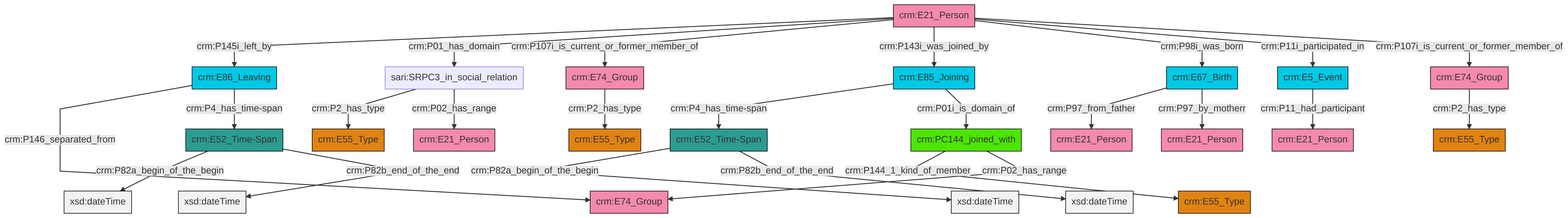
swiss-art-research-net/docs.swissartresearch keeps this Mermaid diagram as et/personCSV/ttl/mmd/png/Person_Actor_Relations.png. Above is the earlier version. Its source is kept beside it as et/personCSV/ttl/mmd/Person_Actor_Relations.ttl.mmd. The source it was exported from:
```mermaid
graph TD
classDef Literal fill:#f2f2f2,stroke:#000000;
classDef CRM_Entity fill:#FFFFFF,stroke:#000000;
classDef Temporal_Entity fill:#00C9E6, stroke:#000000;
classDef Type fill:#E18312, stroke:#000000;
classDef Time-Span fill:#2C9C91, stroke:#000000;
classDef Appellation fill:#FFEB7F, stroke:#000000;
classDef Place fill:#008836, stroke:#000000;
classDef Persistent_Item fill:#B266B2, stroke:#000000;
classDef Conceptual_Object fill:#FFD700, stroke:#000000;
classDef Physical_Thing fill:#D2B48C, stroke:#000000;
classDef Actor fill:#f58aad, stroke:#000000;
classDef PC_Classes fill:#4ce600, stroke:#000000;
classDef Multi fill:#cccccc,stroke:#000000;

2["crm:E67_Birth"]:::Temporal_Entity -->|crm:P97_from_father| 3["crm:E21_Person"]:::Actor
2["crm:E67_Birth"]:::Temporal_Entity -->|crm:P97_by_motherr| 9["crm:E21_Person"]:::Actor
10["crm:E21_Person"]:::Actor -->|crm:P145i_left_by| 11["crm:E86_Leaving"]:::Temporal_Entity
10["crm:E21_Person"]:::Actor -->|crm:P01_has_domain| 14["sari:SRPC3_in_social_relation"]:::Default
10["crm:E21_Person"]:::Actor -->|crm:P107i_is_current_or_former_member_of| 15["crm:E74_Group"]:::Actor
16["crm:E74_Group"]:::Actor -->|crm:P2_has_type| 4["crm:E55_Type"]:::Type
0["crm:E52_Time-Span"]:::Time-Span -->|crm:P82a_begin_of_the_begin| 23[xsd:dateTime]:::Literal
15["crm:E74_Group"]:::Actor -->|crm:P2_has_type| 12["crm:E55_Type"]:::Type
20["crm:E52_Time-Span"]:::Time-Span -->|crm:P82a_begin_of_the_begin| 24[xsd:dateTime]:::Literal
25["crm:PC144_joined_with"]:::PC_Classes -->|crm:P144_1_kind_of_member| 27["crm:E55_Type"]:::Type
18["crm:E85_Joining"]:::Temporal_Entity -->|crm:P4_has_time-span| 0["crm:E52_Time-Span"]:::Time-Span
10["crm:E21_Person"]:::Actor -->|crm:P143i_was_joined_by| 18["crm:E85_Joining"]:::Temporal_Entity
18["crm:E85_Joining"]:::Temporal_Entity -->|crm:P01i_is_domain_of| 25["crm:PC144_joined_with"]:::PC_Classes
11["crm:E86_Leaving"]:::Temporal_Entity -->|crm:P146_separated_from| 7["crm:E74_Group"]:::Actor
30["crm:E5_Event"]:::Temporal_Entity -->|crm:P11_had_participant| 31["crm:E21_Person"]:::Actor
11["crm:E86_Leaving"]:::Temporal_Entity -->|crm:P4_has_time-span| 20["crm:E52_Time-Span"]:::Time-Span
10["crm:E21_Person"]:::Actor -->|crm:P98i_was_born| 2["crm:E67_Birth"]:::Temporal_Entity
10["crm:E21_Person"]:::Actor -->|crm:P11i_participated_in| 30["crm:E5_Event"]:::Temporal_Entity
25["crm:PC144_joined_with"]:::PC_Classes -->|crm:P02_has_range| 7["crm:E74_Group"]:::Actor
10["crm:E21_Person"]:::Actor -->|crm:P107i_is_current_or_former_member_of| 16["crm:E74_Group"]:::Actor
0["crm:E52_Time-Span"]:::Time-Span -->|crm:P82b_end_of_the_end| 44[xsd:dateTime]:::Literal
20["crm:E52_Time-Span"]:::Time-Span -->|crm:P82b_end_of_the_end| 45[xsd:dateTime]:::Literal
14["sari:SRPC3_in_social_relation"]:::Default -->|crm:P2_has_type| 35["crm:E55_Type"]:::Type
14["sari:SRPC3_in_social_relation"]:::Default -->|crm:P02_has_range| 39["crm:E21_Person"]:::Actor
```
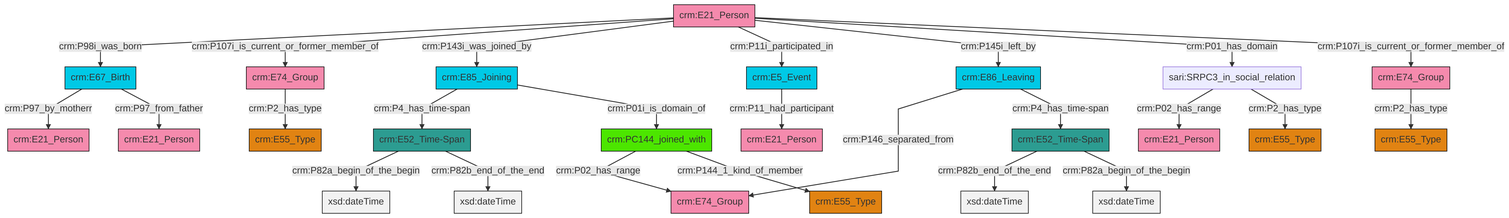
Later version of the same file.

The edit, as a diff of the source:
```diff
@@ -13,27 +13,27 @@
 classDef PC_Classes fill:#4ce600, stroke:#000000;
 classDef Multi fill:#cccccc,stroke:#000000;
 
-2["crm:E67_Birth"]:::Temporal_Entity -->|crm:P97_from_father| 3["crm:E21_Person"]:::Actor
-2["crm:E67_Birth"]:::Temporal_Entity -->|crm:P97_by_motherr| 9["crm:E21_Person"]:::Actor
-10["crm:E21_Person"]:::Actor -->|crm:P145i_left_by| 11["crm:E86_Leaving"]:::Temporal_Entity
-10["crm:E21_Person"]:::Actor -->|crm:P01_has_domain| 14["sari:SRPC3_in_social_relation"]:::Default
-10["crm:E21_Person"]:::Actor -->|crm:P107i_is_current_or_former_member_of| 15["crm:E74_Group"]:::Actor
-16["crm:E74_Group"]:::Actor -->|crm:P2_has_type| 4["crm:E55_Type"]:::Type
-0["crm:E52_Time-Span"]:::Time-Span -->|crm:P82a_begin_of_the_begin| 23[xsd:dateTime]:::Literal
-15["crm:E74_Group"]:::Actor -->|crm:P2_has_type| 12["crm:E55_Type"]:::Type
-20["crm:E52_Time-Span"]:::Time-Span -->|crm:P82a_begin_of_the_begin| 24[xsd:dateTime]:::Literal
-25["crm:PC144_joined_with"]:::PC_Classes -->|crm:P144_1_kind_of_member| 27["crm:E55_Type"]:::Type
-18["crm:E85_Joining"]:::Temporal_Entity -->|crm:P4_has_time-span| 0["crm:E52_Time-Span"]:::Time-Span
-10["crm:E21_Person"]:::Actor -->|crm:P143i_was_joined_by| 18["crm:E85_Joining"]:::Temporal_Entity
-18["crm:E85_Joining"]:::Temporal_Entity -->|crm:P01i_is_domain_of| 25["crm:PC144_joined_with"]:::PC_Classes
-11["crm:E86_Leaving"]:::Temporal_Entity -->|crm:P146_separated_from| 7["crm:E74_Group"]:::Actor
-30["crm:E5_Event"]:::Temporal_Entity -->|crm:P11_had_participant| 31["crm:E21_Person"]:::Actor
-11["crm:E86_Leaving"]:::Temporal_Entity -->|crm:P4_has_time-span| 20["crm:E52_Time-Span"]:::Time-Span
-10["crm:E21_Person"]:::Actor -->|crm:P98i_was_born| 2["crm:E67_Birth"]:::Temporal_Entity
-10["crm:E21_Person"]:::Actor -->|crm:P11i_participated_in| 30["crm:E5_Event"]:::Temporal_Entity
-25["crm:PC144_joined_with"]:::PC_Classes -->|crm:P02_has_range| 7["crm:E74_Group"]:::Actor
-10["crm:E21_Person"]:::Actor -->|crm:P107i_is_current_or_former_member_of| 16["crm:E74_Group"]:::Actor
-0["crm:E52_Time-Span"]:::Time-Span -->|crm:P82b_end_of_the_end| 44[xsd:dateTime]:::Literal
-20["crm:E52_Time-Span"]:::Time-Span -->|crm:P82b_end_of_the_end| 45[xsd:dateTime]:::Literal
-14["sari:SRPC3_in_social_relation"]:::Default -->|crm:P2_has_type| 35["crm:E55_Type"]:::Type
-14["sari:SRPC3_in_social_relation"]:::Default -->|crm:P02_has_range| 39["crm:E21_Person"]:::Actor
+0["crm:E86_Leaving"]:::Temporal_Entity -->|crm:P146_separated_from| 1["crm:E74_Group"]:::Actor
+2["crm:PC144_joined_with"]:::PC_Classes -->|crm:P02_has_range| 1["crm:E74_Group"]:::Actor
+5["crm:E21_Person"]:::Actor -->|crm:P98i_was_born| 6["crm:E67_Birth"]:::Temporal_Entity
+5["crm:E21_Person"]:::Actor -->|crm:P107i_is_current_or_former_member_of| 9["crm:E74_Group"]:::Actor
+7["sari:SRPC3_in_social_relation"]:::Default -->|crm:P02_has_range| 10["crm:E21_Person"]:::Actor
+2["crm:PC144_joined_with"]:::PC_Classes -->|crm:P144_1_kind_of_member| 3["crm:E55_Type"]:::Type
+14["crm:E52_Time-Span"]:::Time-Span -->|crm:P82b_end_of_the_end| 20[xsd:dateTime]:::Literal
+5["crm:E21_Person"]:::Actor -->|crm:P143i_was_joined_by| 21["crm:E85_Joining"]:::Temporal_Entity
+5["crm:E21_Person"]:::Actor -->|crm:P11i_participated_in| 22["crm:E5_Event"]:::Temporal_Entity
+21["crm:E85_Joining"]:::Temporal_Entity -->|crm:P4_has_time-span| 11["crm:E52_Time-Span"]:::Time-Span
+11["crm:E52_Time-Span"]:::Time-Span -->|crm:P82a_begin_of_the_begin| 25[xsd:dateTime]:::Literal
+23["crm:E74_Group"]:::Actor -->|crm:P2_has_type| 28["crm:E55_Type"]:::Type
+5["crm:E21_Person"]:::Actor -->|crm:P145i_left_by| 0["crm:E86_Leaving"]:::Temporal_Entity
+5["crm:E21_Person"]:::Actor -->|crm:P01_has_domain| 7["sari:SRPC3_in_social_relation"]:::Default
+6["crm:E67_Birth"]:::Temporal_Entity -->|crm:P97_by_motherr| 33["crm:E21_Person"]:::Actor
+6["crm:E67_Birth"]:::Temporal_Entity -->|crm:P97_from_father| 18["crm:E21_Person"]:::Actor
+14["crm:E52_Time-Span"]:::Time-Span -->|crm:P82a_begin_of_the_begin| 38[xsd:dateTime]:::Literal
+5["crm:E21_Person"]:::Actor -->|crm:P107i_is_current_or_former_member_of| 23["crm:E74_Group"]:::Actor
+9["crm:E74_Group"]:::Actor -->|crm:P2_has_type| 26["crm:E55_Type"]:::Type
+11["crm:E52_Time-Span"]:::Time-Span -->|crm:P82b_end_of_the_end| 42[xsd:dateTime]:::Literal
+7["sari:SRPC3_in_social_relation"]:::Default -->|crm:P2_has_type| 43["crm:E55_Type"]:::Type
+0["crm:E86_Leaving"]:::Temporal_Entity -->|crm:P4_has_time-span| 14["crm:E52_Time-Span"]:::Time-Span
+21["crm:E85_Joining"]:::Temporal_Entity -->|crm:P01i_is_domain_of| 2["crm:PC144_joined_with"]:::PC_Classes
+22["crm:E5_Event"]:::Temporal_Entity -->|crm:P11_had_participant| 30["crm:E21_Person"]:::Actor
```
